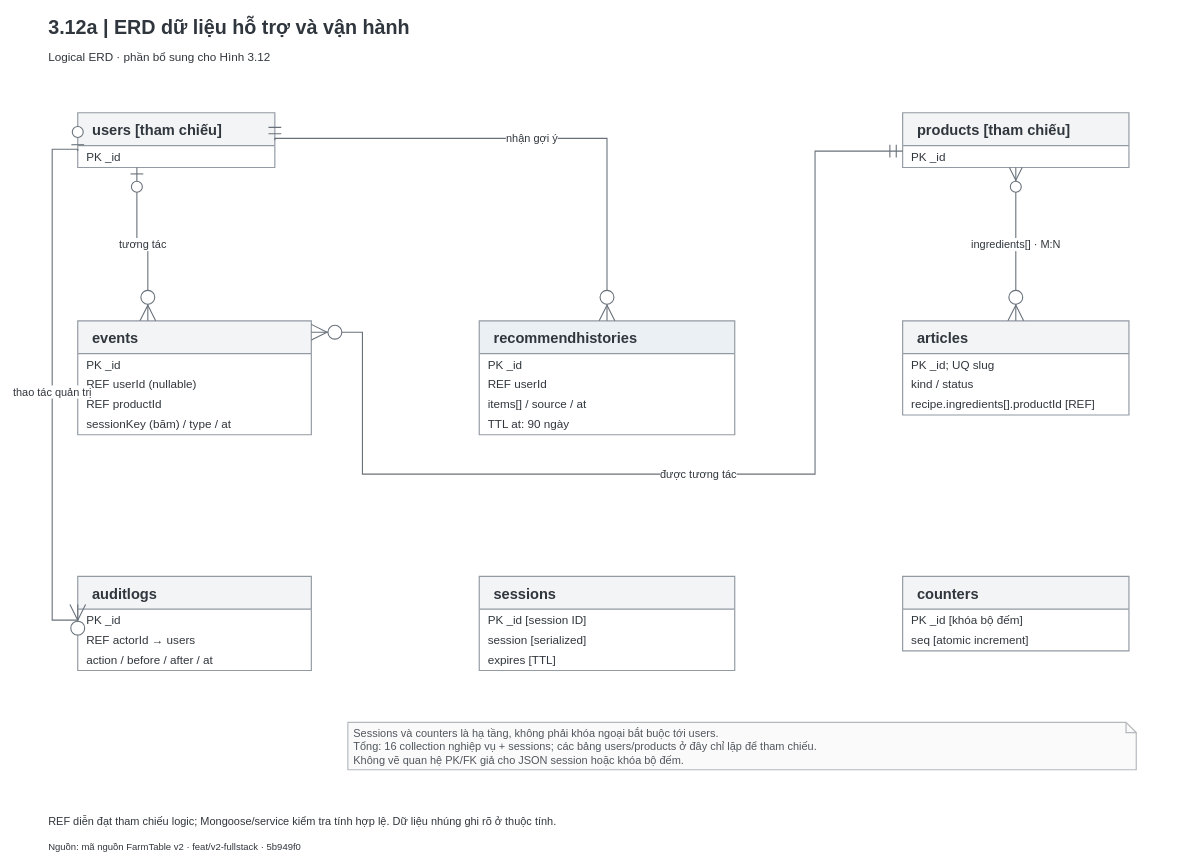
This is FarmTable_Chuong3/So_do_BA/drawio/Hinh_3_12a.drawio from hathu1272006-eng/PTWnangcao, a draw.io file, before an edit. Source tidied: cells renumbered, new cells numbered last; positions are measured from the earlier drawing's top-left corner, leaving out a move shared by most shapes. Both pictures are drawn from the tidied source at 73%, with x=0, y=0 at pixel (48, 12).
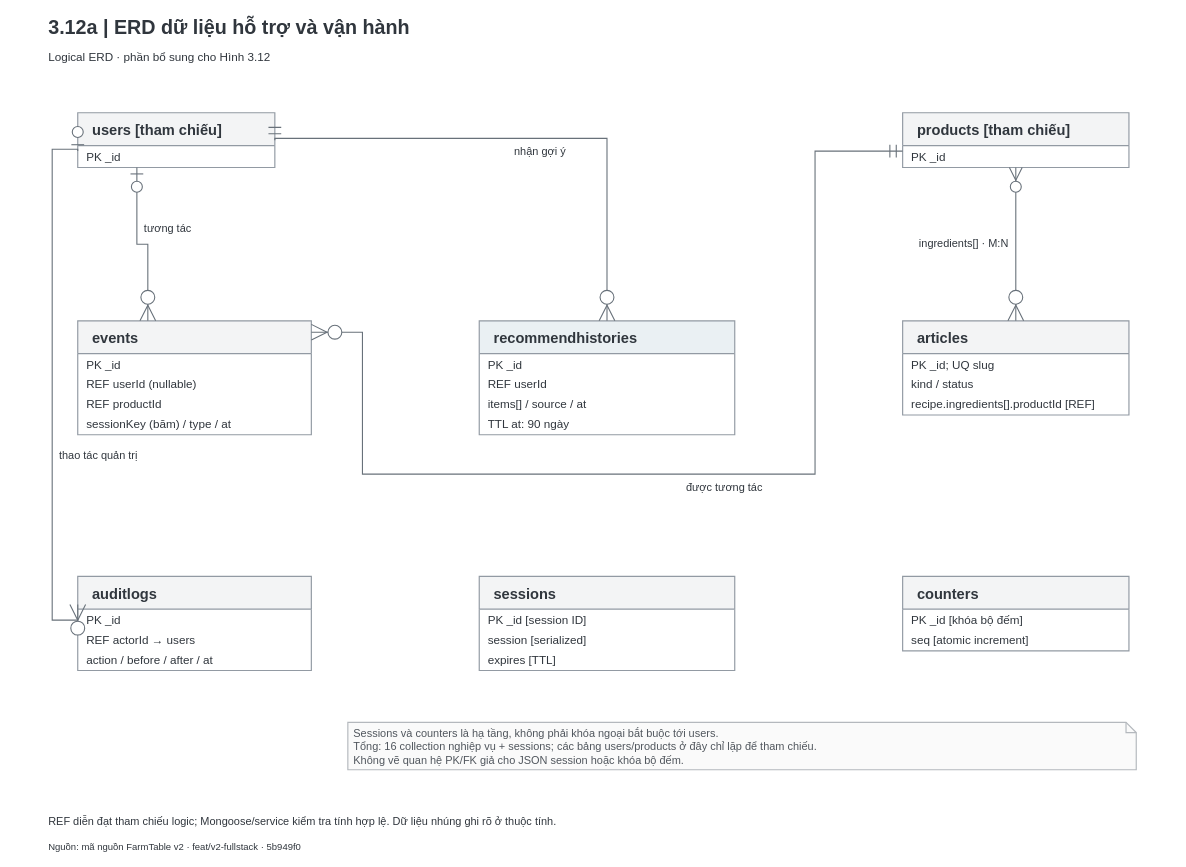
The same page after the edit.

Unchanged cells that the change refers to:
```xml
<mxCell id="4" value="&lt;b&gt;users [tham chiếu]&lt;/b&gt;" style="html=1;whiteSpace=wrap;fontFamily=Arial;fontSize=18;strokeWidth=1.6;spacing=8;swimlane;horizontal=1;startSize=45;align=left;spacingLeft=12;fontSize=20;fillColor=#F3F4F5;strokeColor=#929AA3;fontColor=#30363D;swimlaneFillColor=#FFFFFF;" parent="1" vertex="1">
  <mxGeometry x="40" y="137" width="270" height="75" as="geometry" />
</mxCell>
<mxCell id="6" value="&lt;b&gt;products [tham chiếu]&lt;/b&gt;" style="html=1;whiteSpace=wrap;fontFamily=Arial;fontSize=18;strokeWidth=1.6;spacing=8;swimlane;horizontal=1;startSize=45;align=left;spacingLeft=12;fontSize=20;fillColor=#F3F4F5;strokeColor=#929AA3;fontColor=#30363D;swimlaneFillColor=#FFFFFF;" parent="1" vertex="1">
  <mxGeometry x="1170" y="137" width="310" height="75" as="geometry" />
</mxCell>
<mxCell id="8" value="&lt;b&gt;events&lt;/b&gt;" style="html=1;whiteSpace=wrap;fontFamily=Arial;fontSize=18;strokeWidth=1.6;spacing=8;swimlane;horizontal=1;startSize=45;align=left;spacingLeft=12;fontSize=20;fillColor=#F3F4F5;strokeColor=#929AA3;fontColor=#30363D;swimlaneFillColor=#FFFFFF;" parent="1" vertex="1">
  <mxGeometry x="40" y="422" width="320" height="156" as="geometry" />
</mxCell>
<mxCell id="13" value="&lt;b&gt;recommendhistories&lt;/b&gt;" style="html=1;whiteSpace=wrap;fontFamily=Arial;fontSize=18;strokeWidth=1.6;spacing=8;swimlane;horizontal=1;startSize=45;align=left;spacingLeft=12;fontSize=20;fillColor=#EAF0F3;strokeColor=#929AA3;fontColor=#30363D;swimlaneFillColor=#FFFFFF;" parent="1" vertex="1">
  <mxGeometry x="590" y="422" width="350" height="156" as="geometry" />
</mxCell>
<mxCell id="18" value="&lt;b&gt;articles&lt;/b&gt;" style="html=1;whiteSpace=wrap;fontFamily=Arial;fontSize=18;strokeWidth=1.6;spacing=8;swimlane;horizontal=1;startSize=45;align=left;spacingLeft=12;fontSize=20;fillColor=#F3F4F5;strokeColor=#929AA3;fontColor=#30363D;swimlaneFillColor=#FFFFFF;" parent="1" vertex="1">
  <mxGeometry x="1170" y="422" width="310" height="129" as="geometry" />
</mxCell>
<mxCell id="22" value="&lt;b&gt;auditlogs&lt;/b&gt;" style="html=1;whiteSpace=wrap;fontFamily=Arial;fontSize=18;strokeWidth=1.6;spacing=8;swimlane;horizontal=1;startSize=45;align=left;spacingLeft=12;fontSize=20;fillColor=#F3F4F5;strokeColor=#929AA3;fontColor=#30363D;swimlaneFillColor=#FFFFFF;" parent="1" vertex="1">
  <mxGeometry x="40" y="772" width="320" height="129" as="geometry" />
</mxCell>
```

Change to the diagram source:
```diff
@@
-    <mxCell id="33" value="tương tác" style="edgeStyle=orthogonalEdgeStyle;rounded=0;jettySize=20;html=1;fontFamily=Arial;fontSize=15;labelBackgroundColor=#FFFFFF;strokeWidth=1.5;endArrow=block;endFill=1;startArrow=ERmandOne;startSize=15;endArrow=ERzeroToMany;endSize=19;exitX=0.3;exitY=1;entryX=0.3;entryY=0;exitDx=0;exitDy=0;entryDx=0;entryDy=0;startArrow=ERzeroToOne;strokeColor=#68717A;fontColor=#30363D;" parent="1" edge="1" source="4" target="8">
-      <mxGeometry relative="1" as="geometry" />
+    <mxCell id="33" value="tương tác" style="edgeStyle=orthogonalEdgeStyle;rounded=0;jettySize=20;html=1;fontFamily=Arial;fontSize=15;strokeWidth=1.5;endArrow=block;endFill=1;startArrow=ERmandOne;startSize=15;endArrow=ERzeroToMany;endSize=19;exitX=0.3;exitY=1;entryX=0.3;entryY=0;exitDx=0;exitDy=0;entryDx=0;entryDy=0;startArrow=ERzeroToOne;strokeColor=#68717A;fontColor=#30363D;align=center;verticalAlign=middle;labelPosition=center;verticalLabelPosition=middle;whiteSpace=wrap;labelBackgroundColor=#FFFFFF;labelWidth=85;" parent="1" edge="1" source="4" target="8">
+      <mxGeometry relative="1" as="geometry">
+        <mxPoint x="34.9" y="-22" as="offset" />
+      </mxGeometry>
     </mxCell>
-    <mxCell id="34" value="nhận gợi ý" style="edgeStyle=orthogonalEdgeStyle;rounded=0;jettySize=20;html=1;fontFamily=Arial;fontSize=15;labelBackgroundColor=#FFFFFF;strokeWidth=1.5;endArrow=block;endFill=1;startArrow=ERmandOne;startSize=15;endArrow=ERzeroToMany;endSize=19;exitX=1;exitY=0.5;entryX=0.5;entryY=0;exitDx=0;exitDy=0;entryDx=0;entryDy=0;strokeColor=#68717A;fontColor=#30363D;" parent="1" edge="1" source="4" target="13">
+    <mxCell id="34" value="nhận gợi ý" style="edgeStyle=orthogonalEdgeStyle;rounded=0;jettySize=20;html=1;fontFamily=Arial;fontSize=15;strokeWidth=1.5;endArrow=block;endFill=1;startArrow=ERmandOne;startSize=15;endArrow=ERzeroToMany;endSize=19;exitX=1;exitY=0.5;entryX=0.5;entryY=0;exitDx=0;exitDy=0;entryDx=0;entryDy=0;strokeColor=#68717A;fontColor=#30363D;align=center;verticalAlign=middle;labelPosition=center;verticalLabelPosition=middle;whiteSpace=wrap;labelBackgroundColor=#FFFFFF;labelWidth=93;" parent="1" edge="1" source="4" target="13">
       <mxGeometry relative="1" as="geometry">
         <Array as="points">
           <mxPoint x="765" y="172" />
         </Array>
+        <mxPoint x="12" y="18" as="offset" />
       </mxGeometry>
     </mxCell>
-    <mxCell id="35" value="được tương tác" style="edgeStyle=orthogonalEdgeStyle;rounded=0;jettySize=20;html=1;fontFamily=Arial;fontSize=15;labelBackgroundColor=#FFFFFF;strokeWidth=1.5;endArrow=block;endFill=1;startArrow=ERmandOne;startSize=15;endArrow=ERzeroToMany;endSize=19;exitX=0;exitY=0.7;entryX=1;entryY=0.1;exitDx=0;exitDy=0;entryDx=0;entryDy=0;strokeColor=#68717A;fontColor=#30363D;" parent="1" edge="1" source="6" target="8">
+    <mxCell id="35" value="được tương tác" style="edgeStyle=orthogonalEdgeStyle;rounded=0;jettySize=20;html=1;fontFamily=Arial;fontSize=15;strokeWidth=1.5;endArrow=block;endFill=1;startArrow=ERmandOne;startSize=15;endArrow=ERzeroToMany;endSize=19;exitX=0;exitY=0.7;entryX=1;entryY=0.1;exitDx=0;exitDy=0;entryDx=0;entryDy=0;strokeColor=#68717A;fontColor=#30363D;align=center;verticalAlign=middle;labelPosition=center;verticalLabelPosition=middle;whiteSpace=wrap;labelBackgroundColor=#FFFFFF;labelWidth=124;" parent="1" edge="1" source="6" target="8">
       <mxGeometry relative="1" as="geometry">
         <Array as="points">
           <mxPoint x="1050" y="189" />
           <mxPoint x="1050" y="632" />
           <mxPoint x="430" y="632" />
           <mxPoint x="430" y="438" />
         </Array>
+        <mxPoint x="36" y="18" as="offset" />
       </mxGeometry>
     </mxCell>
-    <mxCell id="36" value="ingredients[] · M:N" style="edgeStyle=orthogonalEdgeStyle;rounded=0;jettySize=20;html=1;fontFamily=Arial;fontSize=15;labelBackgroundColor=#FFFFFF;strokeWidth=1.5;endArrow=block;endFill=1;startArrow=ERmandOne;startSize=15;endArrow=ERzeroToMany;endSize=19;exitX=0.5;exitY=1;entryX=0.5;entryY=0;exitDx=0;exitDy=0;entryDx=0;entryDy=0;startArrow=ERzeroToMany;endArrow=ERzeroToMany;strokeColor=#68717A;fontColor=#30363D;" parent="1" edge="1" source="6" target="18">
-      <mxGeometry relative="1" as="geometry" />
+    <mxCell id="36" value="ingredients[] · M:N" style="edgeStyle=orthogonalEdgeStyle;rounded=0;jettySize=20;html=1;fontFamily=Arial;fontSize=15;strokeWidth=1.5;endArrow=block;endFill=1;startArrow=ERmandOne;startSize=15;endArrow=ERzeroToMany;endSize=19;exitX=0.5;exitY=1;entryX=0.5;entryY=0;exitDx=0;exitDy=0;entryDx=0;entryDy=0;startArrow=ERzeroToMany;endArrow=ERzeroToMany;strokeColor=#68717A;fontColor=#30363D;align=center;verticalAlign=middle;labelPosition=center;verticalLabelPosition=middle;whiteSpace=wrap;labelBackgroundColor=#FFFFFF;labelWidth=162;" parent="1" edge="1" source="6" target="18">
+      <mxGeometry relative="1" as="geometry">
+        <mxPoint x="-71.5" y="-1" as="offset" />
+      </mxGeometry>
     </mxCell>
-    <mxCell id="37" value="thao tác quản trị" style="edgeStyle=orthogonalEdgeStyle;rounded=0;jettySize=20;html=1;fontFamily=Arial;fontSize=15;labelBackgroundColor=#FFFFFF;strokeWidth=1.5;endArrow=block;endFill=1;startArrow=ERmandOne;startSize=15;endArrow=ERzeroToMany;endSize=19;exitX=0;exitY=0.7;entryX=0;entryY=0.3;exitDx=0;exitDy=0;entryDx=0;entryDy=0;startArrow=ERzeroToOne;strokeColor=#68717A;fontColor=#30363D;" parent="1" edge="1" source="4" target="22">
+    <mxCell id="37" value="thao tác quản trị" style="edgeStyle=orthogonalEdgeStyle;rounded=0;jettySize=20;html=1;fontFamily=Arial;fontSize=15;strokeWidth=1.5;endArrow=block;endFill=1;startArrow=ERmandOne;startSize=15;endArrow=ERzeroToMany;endSize=19;exitX=0;exitY=0.7;entryX=0;entryY=0.3;exitDx=0;exitDy=0;entryDx=0;entryDy=0;startArrow=ERzeroToOne;strokeColor=#68717A;fontColor=#30363D;align=center;verticalAlign=middle;labelPosition=center;verticalLabelPosition=middle;whiteSpace=wrap;labelBackgroundColor=#FFFFFF;labelWidth=147;" parent="1" edge="1" source="4" target="22">
       <mxGeometry relative="1" as="geometry">
         <Array as="points">
           <mxPoint x="5" y="187" />
           <mxPoint x="5" y="832" />
         </Array>
+        <mxPoint x="63.6" y="87.5" as="offset" />
       </mxGeometry>
     </mxCell>
```
